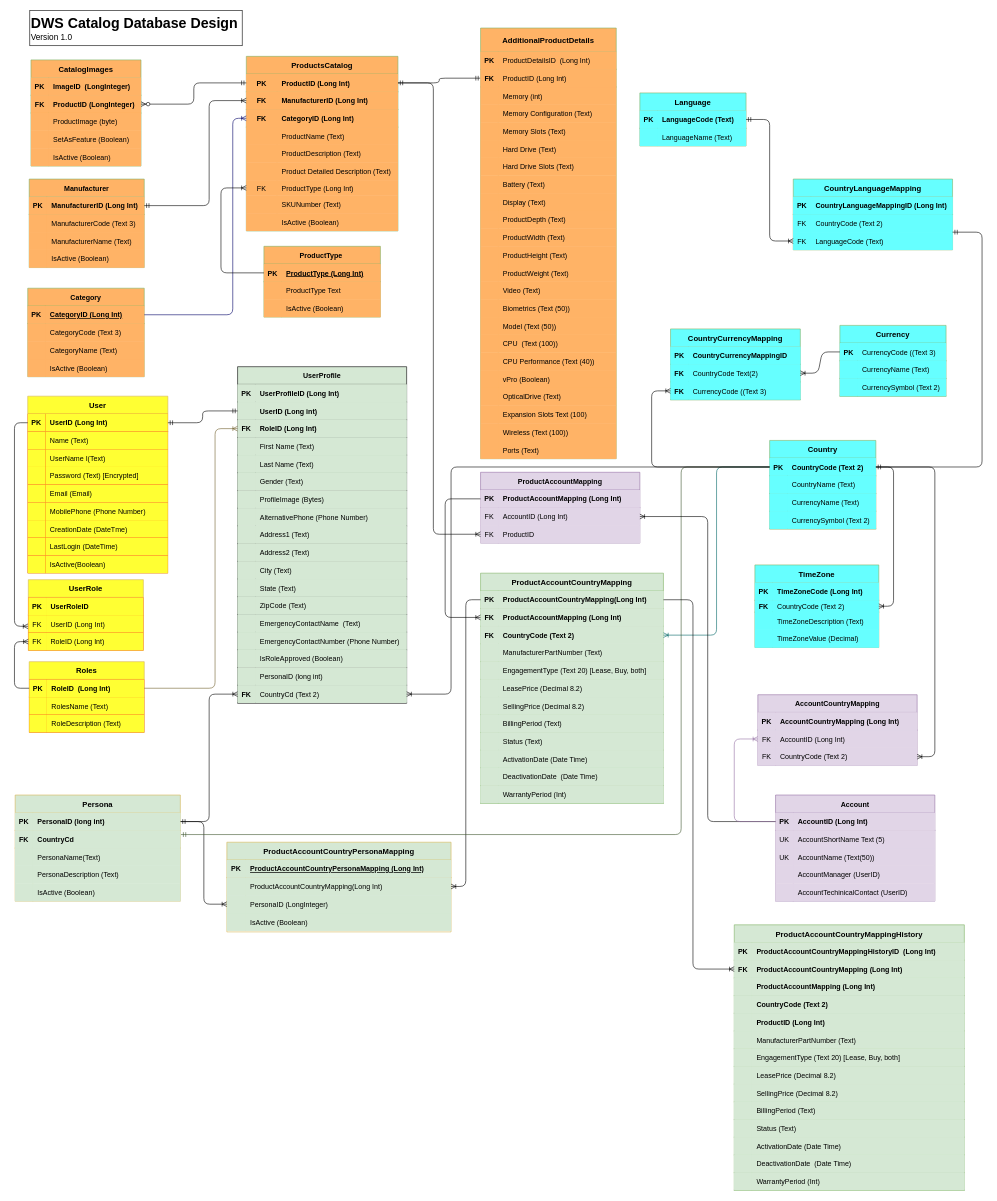
Before: Drawings/CatalogDesign.drawio in bgunupati/DrawIO, a draw.io diagram. Source tidied: cells renumbered, new cells numbered last; positions are measured from the earlier drawing's top-left corner, leaving out a move shared by most shapes. Both pictures are drawn from the tidied source at 59%, with x=0, y=0 at pixel (8, 10).
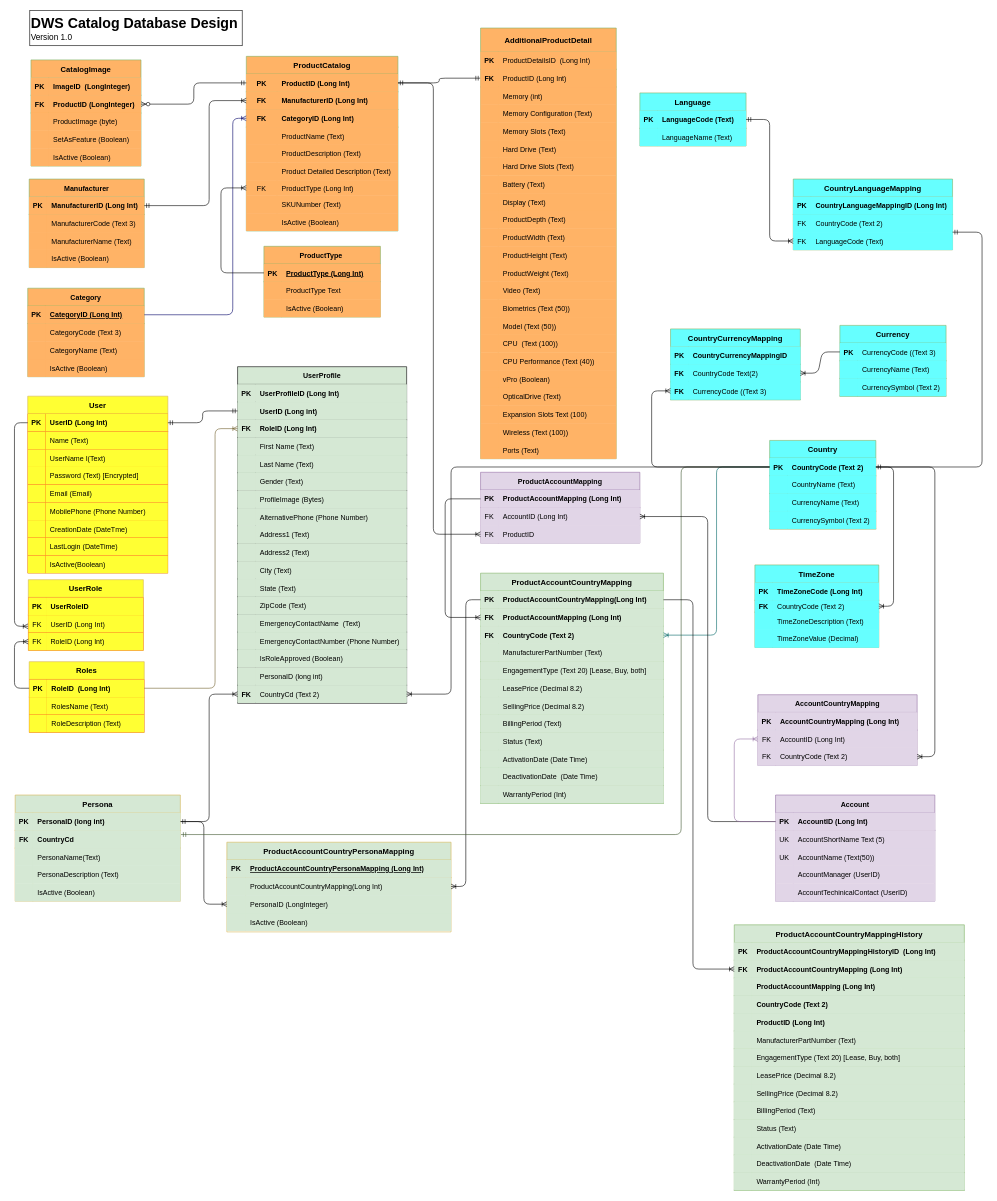
Above is the later version.

Diff of the diagram source:
```diff
@@
-    <mxCell id="2" value="ProductsCatalog" style="shape=table;startSize=30;childLayout=tableLayout;rowLines=0;fontStyle=1;align=center;strokeColor=#82b366;fontSize=13;fillColor=#FFB366;" parent="1" vertex="1">
+    <mxCell id="2" value="ProductCatalog" style="shape=table;startSize=30;childLayout=tableLayout;rowLines=0;fontStyle=1;align=center;strokeColor=#82b366;fontSize=13;fillColor=#FFB366;" parent="1" vertex="1">
       <mxGeometry x="403" y="78" width="257" height="296" as="geometry" />
     </mxCell>
@@
-    <mxCell id="30" value="CatalogImages" style="shape=table;startSize=30;childLayout=tableLayout;rowLines=0;fontStyle=1;align=center;strokeColor=#82b366;fontSize=13;fillColor=#FFB366;" parent="1" vertex="1">
+    <mxCell id="30" value="CatalogImage" style="shape=table;startSize=30;childLayout=tableLayout;rowLines=0;fontStyle=1;align=center;strokeColor=#82b366;fontSize=13;fillColor=#FFB366;" parent="1" vertex="1">
       <mxGeometry x="38" y="84" width="186.5" height="180" as="geometry" />
     </mxCell>
@@
-    <mxCell id="144" value="AdditionalProductDetails" style="shape=table;startSize=40;childLayout=tableLayout;rowLines=0;fontStyle=1;align=center;strokeColor=#82b366;fontSize=13;fillColor=#FFB366;" parent="1" vertex="1">
+    <mxCell id="144" value="AdditionalProductDetail" style="shape=table;startSize=40;childLayout=tableLayout;rowLines=0;fontStyle=1;align=center;strokeColor=#82b366;fontSize=13;fillColor=#FFB366;" parent="1" vertex="1">
       <mxGeometry x="800" y="30" width="230" height="730" as="geometry" />
     </mxCell>
```
